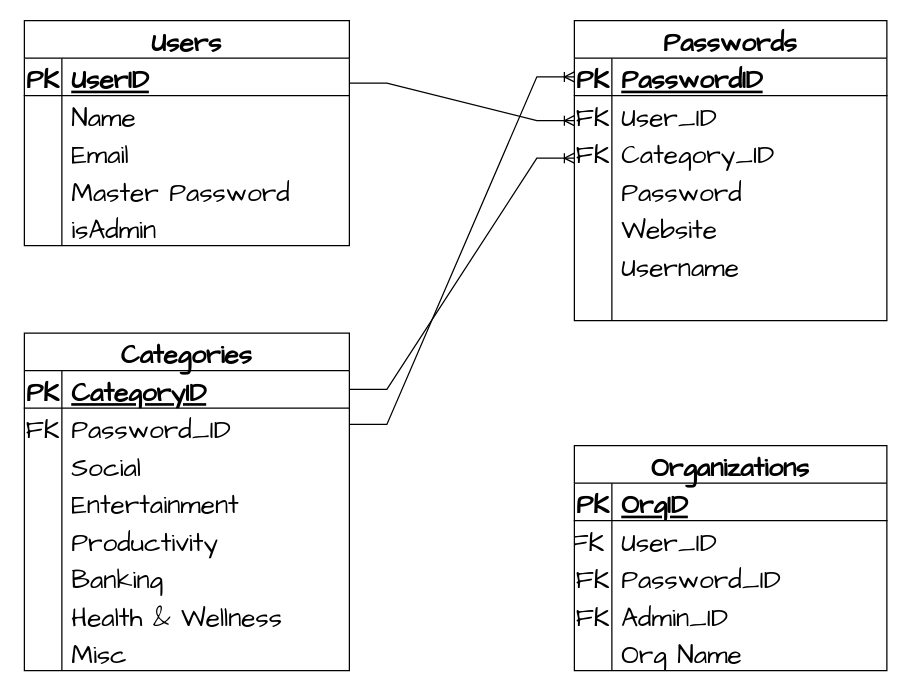
Above: page "ERD" (6 of 6) of db/LockD App.drawio in Law86/PasswordKeepR (draw.io), before the change. Source tidied: cells renumbered, new cells numbered last; positions are measured from the earlier drawing's top-left corner, leaving out a move shared by most shapes. Both pictures are drawn from the tidied source at 125%, with x=0, y=0 at pixel (24, 20).
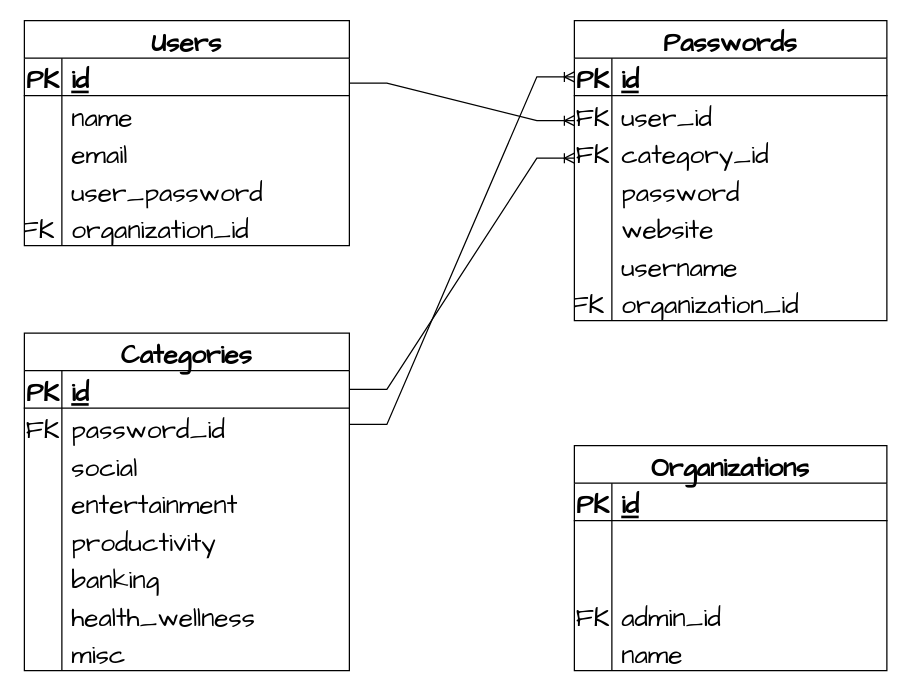
Above is the later version.

The change refers to these unchanged cells:
```xml
<mxCell id="3" style="shape=tableRow;horizontal=0;startSize=0;swimlaneHead=0;swimlaneBody=0;fillColor=none;top=0;left=0;right=0;bottom=1;fontFamily=Comic Sans MS;fontSize=21;" parent="2" vertex="1">
  <mxGeometry y="30" width="260" height="30" as="geometry" />
</mxCell>
<mxCell id="6" style="shape=tableRow;horizontal=0;startSize=0;swimlaneHead=0;swimlaneBody=0;fillColor=none;top=0;left=0;right=0;bottom=0;fontFamily=Comic Sans MS;fontSize=21;" parent="2" vertex="1">
  <mxGeometry y="60" width="260" height="30" as="geometry" />
</mxCell>
<mxCell id="9" style="shape=tableRow;horizontal=0;startSize=0;swimlaneHead=0;swimlaneBody=0;fillColor=none;top=0;left=0;right=0;bottom=0;fontFamily=Comic Sans MS;fontSize=21;" parent="2" vertex="1">
  <mxGeometry y="90" width="260" height="30" as="geometry" />
</mxCell>
<mxCell id="12" style="shape=tableRow;horizontal=0;startSize=0;swimlaneHead=0;swimlaneBody=0;fillColor=none;top=0;left=0;right=0;bottom=0;fontFamily=Comic Sans MS;fontSize=21;" parent="2" vertex="1">
  <mxGeometry y="120" width="260" height="30" as="geometry" />
</mxCell>
<mxCell id="15" style="shape=tableRow;horizontal=0;startSize=0;swimlaneHead=0;swimlaneBody=0;fillColor=none;top=0;left=0;right=0;bottom=0;fontFamily=Comic Sans MS;fontSize=21;" parent="2" vertex="1">
  <mxGeometry y="150" width="260" height="30" as="geometry" />
</mxCell>
<mxCell id="19" style="shape=tableRow;horizontal=0;startSize=0;swimlaneHead=0;swimlaneBody=0;fillColor=none;points=[[0,0.5],[1,0.5]];portConstraint=eastwest;top=0;left=0;right=0;bottom=1;fontFamily=Comic Sans MS;fontSize=21;" parent="18" vertex="1">
  <mxGeometry y="30" width="250" height="30" as="geometry" />
</mxCell>
<mxCell id="22" style="shape=tableRow;horizontal=0;startSize=0;swimlaneHead=0;swimlaneBody=0;fillColor=none;top=0;left=0;right=0;bottom=0;fontFamily=Comic Sans MS;fontSize=21;" parent="18" vertex="1">
  <mxGeometry y="60" width="250" height="30" as="geometry" />
</mxCell>
<mxCell id="25" style="shape=tableRow;horizontal=0;startSize=0;swimlaneHead=0;swimlaneBody=0;fillColor=none;top=0;left=0;right=0;bottom=0;fontFamily=Comic Sans MS;fontSize=21;" parent="18" vertex="1">
  <mxGeometry y="90" width="250" height="30" as="geometry" />
</mxCell>
<mxCell id="28" style="shape=tableRow;horizontal=0;startSize=0;swimlaneHead=0;swimlaneBody=0;fillColor=none;top=0;left=0;right=0;bottom=0;fontFamily=Comic Sans MS;fontSize=21;" parent="18" vertex="1">
  <mxGeometry y="120" width="250" height="30" as="geometry" />
</mxCell>
<mxCell id="31" style="shape=tableRow;horizontal=0;startSize=0;swimlaneHead=0;swimlaneBody=0;fillColor=none;top=0;left=0;right=0;bottom=0;fontFamily=Comic Sans MS;fontSize=21;" parent="18" vertex="1">
  <mxGeometry y="150" width="250" height="30" as="geometry" />
</mxCell>
<mxCell id="34" style="shape=tableRow;horizontal=0;startSize=0;swimlaneHead=0;swimlaneBody=0;fillColor=none;top=0;left=0;right=0;bottom=0;fontFamily=Comic Sans MS;fontSize=21;" parent="18" vertex="1">
  <mxGeometry y="180" width="250" height="30" as="geometry" />
</mxCell>
<mxCell id="37" style="shape=tableRow;horizontal=0;startSize=0;swimlaneHead=0;swimlaneBody=0;fillColor=none;top=0;left=0;right=0;bottom=0;fontFamily=Comic Sans MS;fontSize=21;" parent="18" vertex="1">
  <mxGeometry y="210" width="250" height="30" as="geometry" />
</mxCell>
<mxCell id="41" style="shape=tableRow;horizontal=0;startSize=0;swimlaneHead=0;swimlaneBody=0;fillColor=none;points=[[0,0.5],[1,0.5]];portConstraint=eastwest;top=0;left=0;right=0;bottom=1;fontFamily=Comic Sans MS;fontSize=21;" parent="40" vertex="1">
  <mxGeometry y="30" width="260" height="30" as="geometry" />
</mxCell>
<mxCell id="44" style="shape=tableRow;horizontal=0;startSize=0;swimlaneHead=0;swimlaneBody=0;fillColor=none;top=0;left=0;right=0;bottom=0;fontFamily=Comic Sans MS;fontSize=21;" parent="40" vertex="1">
  <mxGeometry y="60" width="260" height="30" as="geometry" />
</mxCell>
<mxCell id="47" style="shape=tableRow;horizontal=0;startSize=0;swimlaneHead=0;swimlaneBody=0;fillColor=none;top=0;left=0;right=0;bottom=0;fontFamily=Comic Sans MS;fontSize=21;" parent="40" vertex="1">
  <mxGeometry y="90" width="260" height="30" as="geometry" />
</mxCell>
<mxCell id="50" style="shape=tableRow;horizontal=0;startSize=0;swimlaneHead=0;swimlaneBody=0;fillColor=none;top=0;left=0;right=0;bottom=0;fontFamily=Comic Sans MS;fontSize=21;" parent="40" vertex="1">
  <mxGeometry y="120" width="260" height="30" as="geometry" />
</mxCell>
<mxCell id="53" style="shape=tableRow;horizontal=0;startSize=0;swimlaneHead=0;swimlaneBody=0;fillColor=none;top=0;left=0;right=0;bottom=0;fontFamily=Comic Sans MS;fontSize=21;" parent="40" vertex="1">
  <mxGeometry y="150" width="260" height="30" as="geometry" />
</mxCell>
<mxCell id="56" style="shape=tableRow;horizontal=0;startSize=0;swimlaneHead=0;swimlaneBody=0;fillColor=none;top=0;left=0;right=0;bottom=0;fontFamily=Comic Sans MS;fontSize=21;" parent="40" vertex="1">
  <mxGeometry y="180" width="260" height="30" as="geometry" />
</mxCell>
<mxCell id="59" style="shape=tableRow;horizontal=0;startSize=0;swimlaneHead=0;swimlaneBody=0;fillColor=none;top=0;left=0;right=0;bottom=0;fontFamily=Comic Sans MS;fontSize=21;" parent="40" vertex="1">
  <mxGeometry y="210" width="260" height="30" as="geometry" />
</mxCell>
<mxCell id="62" style="shape=tableRow;horizontal=0;startSize=0;swimlaneHead=0;swimlaneBody=0;fillColor=none;top=0;left=0;right=0;bottom=0;fontFamily=Comic Sans MS;fontSize=21;" parent="40" vertex="1">
  <mxGeometry y="240" width="260" height="30" as="geometry" />
</mxCell>
<mxCell id="66" style="shape=tableRow;horizontal=0;startSize=0;swimlaneHead=0;swimlaneBody=0;fillColor=none;top=0;left=0;right=0;bottom=1;fontFamily=Comic Sans MS;fontSize=21;" parent="65" vertex="1">
  <mxGeometry y="30" width="250" height="30" as="geometry" />
</mxCell>
<mxCell id="69" style="shape=tableRow;horizontal=0;startSize=0;swimlaneHead=0;swimlaneBody=0;fillColor=none;top=0;left=0;right=0;bottom=0;fontFamily=Comic Sans MS;fontSize=21;" parent="65" vertex="1">
  <mxGeometry y="60" width="250" height="30" as="geometry" />
</mxCell>
<mxCell id="72" style="shape=tableRow;horizontal=0;startSize=0;swimlaneHead=0;swimlaneBody=0;fillColor=none;top=0;left=0;right=0;bottom=0;fontFamily=Comic Sans MS;fontSize=21;" parent="65" vertex="1">
  <mxGeometry y="90" width="250" height="30" as="geometry" />
</mxCell>
<mxCell id="75" style="shape=tableRow;horizontal=0;startSize=0;swimlaneHead=0;swimlaneBody=0;fillColor=none;top=0;left=0;right=0;bottom=0;fontFamily=Comic Sans MS;fontSize=21;" parent="65" vertex="1">
  <mxGeometry y="120" width="250" height="30" as="geometry" />
</mxCell>
<mxCell id="78" style="shape=tableRow;horizontal=0;startSize=0;swimlaneHead=0;swimlaneBody=0;fillColor=none;top=0;left=0;right=0;bottom=0;fontFamily=Comic Sans MS;fontSize=21;" parent="65" vertex="1">
  <mxGeometry y="150" width="250" height="30" as="geometry" />
</mxCell>
```

Diff of the diagram source:
```diff
@@
-    <mxCell id="5" value="UserID" style="shape=partialRectangle;fillColor=none;top=0;left=0;bottom=0;right=0;align=left;spacingLeft=6;fontStyle=5;overflow=hidden;fontFamily=Comic Sans MS;fontSize=21;" parent="3" vertex="1">
+    <mxCell id="5" value="id" style="shape=partialRectangle;fillColor=none;top=0;left=0;bottom=0;right=0;align=left;spacingLeft=6;fontStyle=5;overflow=hidden;fontFamily=Comic Sans MS;fontSize=21;" parent="3" vertex="1">
       <mxGeometry x="30" width="230" height="30" as="geometry" />
     </mxCell>
@@
-    <mxCell id="8" value="Name" style="shape=partialRectangle;fillColor=none;top=0;left=0;bottom=0;right=0;align=left;spacingLeft=6;overflow=hidden;fontFamily=Comic Sans MS;fontSize=21;" parent="6" vertex="1">
+    <mxCell id="8" value="name" style="shape=partialRectangle;fillColor=none;top=0;left=0;bottom=0;right=0;align=left;spacingLeft=6;overflow=hidden;fontFamily=Comic Sans MS;fontSize=21;" parent="6" vertex="1">
       <mxGeometry x="30" width="230" height="30" as="geometry" />
     </mxCell>
@@
-    <mxCell id="11" value="Email" style="shape=partialRectangle;fillColor=none;top=0;left=0;bottom=0;right=0;align=left;spacingLeft=6;overflow=hidden;fontFamily=Comic Sans MS;fontSize=21;" parent="9" vertex="1">
+    <mxCell id="11" value="email" style="shape=partialRectangle;fillColor=none;top=0;left=0;bottom=0;right=0;align=left;spacingLeft=6;overflow=hidden;fontFamily=Comic Sans MS;fontSize=21;" parent="9" vertex="1">
       <mxGeometry x="30" width="230" height="30" as="geometry" />
     </mxCell>
@@
-    <mxCell id="14" value="Master Password" style="shape=partialRectangle;fillColor=none;top=0;left=0;bottom=0;right=0;align=left;spacingLeft=6;overflow=hidden;fontFamily=Comic Sans MS;fontSize=21;" parent="12" vertex="1">
+    <mxCell id="14" value="user_password" style="shape=partialRectangle;fillColor=none;top=0;left=0;bottom=0;right=0;align=left;spacingLeft=6;overflow=hidden;fontFamily=Comic Sans MS;fontSize=21;" parent="12" vertex="1">
       <mxGeometry x="30" width="230" height="30" as="geometry" />
     </mxCell>
@@
-    <mxCell id="16" style="shape=partialRectangle;fillColor=none;top=0;left=0;bottom=0;right=0;overflow=hidden;fontFamily=Comic Sans MS;fontSize=21;" parent="15" vertex="1">
+    <mxCell id="16" value="FK " style="shape=partialRectangle;fillColor=none;top=0;left=0;bottom=0;right=0;overflow=hidden;fontFamily=Comic Sans MS;fontSize=21;" parent="15" vertex="1">
       <mxGeometry width="30" height="30" as="geometry" />
     </mxCell>
-    <mxCell id="17" value="isAdmin" style="shape=partialRectangle;fillColor=none;top=0;left=0;bottom=0;right=0;align=left;spacingLeft=6;overflow=hidden;fontFamily=Comic Sans MS;fontSize=21;" parent="15" vertex="1">
+    <mxCell id="17" value="organization_id" style="shape=partialRectangle;fillColor=none;top=0;left=0;bottom=0;right=0;align=left;spacingLeft=6;overflow=hidden;fontFamily=Comic Sans MS;fontSize=21;" parent="15" vertex="1">
       <mxGeometry x="30" width="230" height="30" as="geometry" />
     </mxCell>
@@
-    <mxCell id="21" value="PasswordID" style="shape=partialRectangle;fillColor=none;top=0;left=0;bottom=0;right=0;align=left;spacingLeft=6;fontStyle=5;overflow=hidden;fontFamily=Comic Sans MS;fontSize=21;" parent="19" vertex="1">
+    <mxCell id="21" value="id" style="shape=partialRectangle;fillColor=none;top=0;left=0;bottom=0;right=0;align=left;spacingLeft=6;fontStyle=5;overflow=hidden;fontFamily=Comic Sans MS;fontSize=21;" parent="19" vertex="1">
       <mxGeometry x="30" width="220" height="30" as="geometry" />
     </mxCell>
@@
-    <mxCell id="24" value="User_ID" style="shape=partialRectangle;fillColor=none;top=0;left=0;bottom=0;right=0;align=left;spacingLeft=6;overflow=hidden;fontFamily=Comic Sans MS;fontSize=21;" parent="22" vertex="1">
+    <mxCell id="24" value="user_id" style="shape=partialRectangle;fillColor=none;top=0;left=0;bottom=0;right=0;align=left;spacingLeft=6;overflow=hidden;fontFamily=Comic Sans MS;fontSize=21;" parent="22" vertex="1">
       <mxGeometry x="30" width="220" height="30" as="geometry" />
     </mxCell>
@@
-    <mxCell id="27" value="Category_ID" style="shape=partialRectangle;fillColor=none;top=0;left=0;bottom=0;right=0;align=left;spacingLeft=6;overflow=hidden;fontFamily=Comic Sans MS;fontSize=21;" parent="25" vertex="1">
+    <mxCell id="27" value="category_id" style="shape=partialRectangle;fillColor=none;top=0;left=0;bottom=0;right=0;align=left;spacingLeft=6;overflow=hidden;fontFamily=Comic Sans MS;fontSize=21;" parent="25" vertex="1">
       <mxGeometry x="30" width="220" height="30" as="geometry" />
     </mxCell>
@@
-    <mxCell id="30" value="Password" style="shape=partialRectangle;fillColor=none;top=0;left=0;bottom=0;right=0;align=left;spacingLeft=6;overflow=hidden;fontFamily=Comic Sans MS;fontSize=21;" parent="28" vertex="1">
+    <mxCell id="30" value="password" style="shape=partialRectangle;fillColor=none;top=0;left=0;bottom=0;right=0;align=left;spacingLeft=6;overflow=hidden;fontFamily=Comic Sans MS;fontSize=21;" parent="28" vertex="1">
       <mxGeometry x="30" width="220" height="30" as="geometry" />
     </mxCell>
@@
-    <mxCell id="33" value="Website" style="shape=partialRectangle;fillColor=none;top=0;left=0;bottom=0;right=0;align=left;spacingLeft=6;overflow=hidden;fontFamily=Comic Sans MS;fontSize=21;" parent="31" vertex="1">
+    <mxCell id="33" value="website" style="shape=partialRectangle;fillColor=none;top=0;left=0;bottom=0;right=0;align=left;spacingLeft=6;overflow=hidden;fontFamily=Comic Sans MS;fontSize=21;" parent="31" vertex="1">
       <mxGeometry x="30" width="220" height="30" as="geometry" />
     </mxCell>
@@
-    <mxCell id="36" value="Username" style="shape=partialRectangle;fillColor=none;top=0;left=0;bottom=0;right=0;align=left;spacingLeft=6;overflow=hidden;fontFamily=Comic Sans MS;fontSize=21;" parent="34" vertex="1">
+    <mxCell id="36" value="username" style="shape=partialRectangle;fillColor=none;top=0;left=0;bottom=0;right=0;align=left;spacingLeft=6;overflow=hidden;fontFamily=Comic Sans MS;fontSize=21;" parent="34" vertex="1">
       <mxGeometry x="30" width="220" height="30" as="geometry" />
     </mxCell>
@@
-    <mxCell id="38" style="shape=partialRectangle;fillColor=none;top=0;left=0;bottom=0;right=0;overflow=hidden;fontFamily=Comic Sans MS;fontSize=21;" parent="37" vertex="1">
+    <mxCell id="38" value="FK " style="shape=partialRectangle;fillColor=none;top=0;left=0;bottom=0;right=0;overflow=hidden;fontFamily=Comic Sans MS;fontSize=21;" parent="37" vertex="1">
       <mxGeometry width="30" height="30" as="geometry" />
     </mxCell>
-    <mxCell id="39" style="shape=partialRectangle;fillColor=none;top=0;left=0;bottom=0;right=0;align=left;spacingLeft=6;overflow=hidden;fontFamily=Comic Sans MS;fontSize=21;" parent="37" vertex="1">
+    <mxCell id="39" value="organization_id" style="shape=partialRectangle;fillColor=none;top=0;left=0;bottom=0;right=0;align=left;spacingLeft=6;overflow=hidden;fontFamily=Comic Sans MS;fontSize=21;" parent="37" vertex="1">
       <mxGeometry x="30" width="220" height="30" as="geometry" />
     </mxCell>
@@
-    <mxCell id="43" value="CategoryID" style="shape=partialRectangle;fillColor=none;top=0;left=0;bottom=0;right=0;align=left;spacingLeft=6;fontStyle=5;overflow=hidden;fontFamily=Comic Sans MS;fontSize=21;" parent="41" vertex="1">
+    <mxCell id="43" value="id" style="shape=partialRectangle;fillColor=none;top=0;left=0;bottom=0;right=0;align=left;spacingLeft=6;fontStyle=5;overflow=hidden;fontFamily=Comic Sans MS;fontSize=21;" parent="41" vertex="1">
       <mxGeometry x="30" width="230" height="30" as="geometry" />
     </mxCell>
@@
-    <mxCell id="46" value="Password_ID" style="shape=partialRectangle;fillColor=none;top=0;left=0;bottom=0;right=0;align=left;spacingLeft=6;overflow=hidden;fontFamily=Comic Sans MS;fontSize=21;" parent="44" vertex="1">
+    <mxCell id="46" value="password_id" style="shape=partialRectangle;fillColor=none;top=0;left=0;bottom=0;right=0;align=left;spacingLeft=6;overflow=hidden;fontFamily=Comic Sans MS;fontSize=21;" parent="44" vertex="1">
       <mxGeometry x="30" width="230" height="30" as="geometry" />
     </mxCell>
@@
-    <mxCell id="49" value="Social" style="shape=partialRectangle;fillColor=none;top=0;left=0;bottom=0;right=0;align=left;spacingLeft=6;overflow=hidden;fontFamily=Comic Sans MS;fontSize=21;" parent="47" vertex="1">
+    <mxCell id="49" value="social" style="shape=partialRectangle;fillColor=none;top=0;left=0;bottom=0;right=0;align=left;spacingLeft=6;overflow=hidden;fontFamily=Comic Sans MS;fontSize=21;" parent="47" vertex="1">
       <mxGeometry x="30" width="230" height="30" as="geometry" />
     </mxCell>
@@
-    <mxCell id="52" value="Entertainment" style="shape=partialRectangle;fillColor=none;top=0;left=0;bottom=0;right=0;align=left;spacingLeft=6;overflow=hidden;fontFamily=Comic Sans MS;fontSize=21;" parent="50" vertex="1">
+    <mxCell id="52" value="entertainment" style="shape=partialRectangle;fillColor=none;top=0;left=0;bottom=0;right=0;align=left;spacingLeft=6;overflow=hidden;fontFamily=Comic Sans MS;fontSize=21;" parent="50" vertex="1">
       <mxGeometry x="30" width="230" height="30" as="geometry" />
     </mxCell>
@@
-    <mxCell id="55" value="Productivity " style="shape=partialRectangle;fillColor=none;top=0;left=0;bottom=0;right=0;align=left;spacingLeft=6;overflow=hidden;fontFamily=Comic Sans MS;fontSize=21;" parent="53" vertex="1">
+    <mxCell id="55" value="productivity " style="shape=partialRectangle;fillColor=none;top=0;left=0;bottom=0;right=0;align=left;spacingLeft=6;overflow=hidden;fontFamily=Comic Sans MS;fontSize=21;" parent="53" vertex="1">
       <mxGeometry x="30" width="230" height="30" as="geometry" />
     </mxCell>
@@
-    <mxCell id="58" value="Banking" style="shape=partialRectangle;fillColor=none;top=0;left=0;bottom=0;right=0;align=left;spacingLeft=6;overflow=hidden;fontFamily=Comic Sans MS;fontSize=21;" parent="56" vertex="1">
+    <mxCell id="58" value="banking" style="shape=partialRectangle;fillColor=none;top=0;left=0;bottom=0;right=0;align=left;spacingLeft=6;overflow=hidden;fontFamily=Comic Sans MS;fontSize=21;" parent="56" vertex="1">
       <mxGeometry x="30" width="230" height="30" as="geometry" />
     </mxCell>
@@
-    <mxCell id="61" value="Health &amp; Wellness" style="shape=partialRectangle;fillColor=none;top=0;left=0;bottom=0;right=0;align=left;spacingLeft=6;overflow=hidden;fontFamily=Comic Sans MS;fontSize=21;" parent="59" vertex="1">
+    <mxCell id="61" value="health_wellness" style="shape=partialRectangle;fillColor=none;top=0;left=0;bottom=0;right=0;align=left;spacingLeft=6;overflow=hidden;fontFamily=Comic Sans MS;fontSize=21;" parent="59" vertex="1">
       <mxGeometry x="30" width="230" height="30" as="geometry" />
     </mxCell>
@@
-    <mxCell id="64" value="Misc" style="shape=partialRectangle;fillColor=none;top=0;left=0;bottom=0;right=0;align=left;spacingLeft=6;overflow=hidden;fontFamily=Comic Sans MS;fontSize=21;" parent="62" vertex="1">
+    <mxCell id="64" value="misc" style="shape=partialRectangle;fillColor=none;top=0;left=0;bottom=0;right=0;align=left;spacingLeft=6;overflow=hidden;fontFamily=Comic Sans MS;fontSize=21;" parent="62" vertex="1">
       <mxGeometry x="30" width="230" height="30" as="geometry" />
     </mxCell>
@@
-    <mxCell id="68" value="OrgID" style="shape=partialRectangle;fillColor=none;top=0;left=0;bottom=0;right=0;align=left;spacingLeft=6;fontStyle=5;overflow=hidden;fontFamily=Comic Sans MS;fontSize=21;" parent="66" vertex="1">
+    <mxCell id="68" value="id" style="shape=partialRectangle;fillColor=none;top=0;left=0;bottom=0;right=0;align=left;spacingLeft=6;fontStyle=5;overflow=hidden;fontFamily=Comic Sans MS;fontSize=21;" parent="66" vertex="1">
       <mxGeometry x="30" width="220" height="30" as="geometry" />
     </mxCell>
@@
-    <mxCell id="70" value="FK " style="shape=partialRectangle;fillColor=none;top=0;left=0;bottom=0;right=0;overflow=hidden;fontFamily=Comic Sans MS;fontSize=21;" parent="69" vertex="1">
+    <mxCell id="70" style="shape=partialRectangle;fillColor=none;top=0;left=0;bottom=0;right=0;overflow=hidden;fontFamily=Comic Sans MS;fontSize=21;" parent="69" vertex="1">
       <mxGeometry width="30" height="30" as="geometry" />
     </mxCell>
-    <mxCell id="71" value="User_ID" style="shape=partialRectangle;fillColor=none;top=0;left=0;bottom=0;right=0;align=left;spacingLeft=6;overflow=hidden;fontFamily=Comic Sans MS;fontSize=21;" parent="69" vertex="1">
+    <mxCell id="71" style="shape=partialRectangle;fillColor=none;top=0;left=0;bottom=0;right=0;align=left;spacingLeft=6;overflow=hidden;fontFamily=Comic Sans MS;fontSize=21;" parent="69" vertex="1">
       <mxGeometry x="30" width="220" height="30" as="geometry" />
     </mxCell>
@@
-    <mxCell id="73" value="FK" style="shape=partialRectangle;fillColor=none;top=0;left=0;bottom=0;right=0;overflow=hidden;fontFamily=Comic Sans MS;fontSize=21;" parent="72" vertex="1">
+    <mxCell id="73" style="shape=partialRectangle;fillColor=none;top=0;left=0;bottom=0;right=0;overflow=hidden;fontFamily=Comic Sans MS;fontSize=21;" parent="72" vertex="1">
       <mxGeometry width="30" height="30" as="geometry" />
     </mxCell>
-    <mxCell id="74" value="Password_ID" style="shape=partialRectangle;fillColor=none;top=0;left=0;bottom=0;right=0;align=left;spacingLeft=6;overflow=hidden;fontFamily=Comic Sans MS;fontSize=21;" parent="72" vertex="1">
+    <mxCell id="74" style="shape=partialRectangle;fillColor=none;top=0;left=0;bottom=0;right=0;align=left;spacingLeft=6;overflow=hidden;fontFamily=Comic Sans MS;fontSize=21;" parent="72" vertex="1">
       <mxGeometry x="30" width="220" height="30" as="geometry" />
     </mxCell>
@@
-    <mxCell id="77" value="Admin_ID" style="shape=partialRectangle;fillColor=none;top=0;left=0;bottom=0;right=0;align=left;spacingLeft=6;overflow=hidden;fontFamily=Comic Sans MS;fontSize=21;" parent="75" vertex="1">
+    <mxCell id="77" value="admin_id" style="shape=partialRectangle;fillColor=none;top=0;left=0;bottom=0;right=0;align=left;spacingLeft=6;overflow=hidden;fontFamily=Comic Sans MS;fontSize=21;" parent="75" vertex="1">
       <mxGeometry x="30" width="220" height="30" as="geometry" />
     </mxCell>
@@
-    <mxCell id="80" value="Org Name" style="shape=partialRectangle;fillColor=none;top=0;left=0;bottom=0;right=0;align=left;spacingLeft=6;overflow=hidden;fontFamily=Comic Sans MS;fontSize=21;" parent="78" vertex="1">
+    <mxCell id="80" value="name" style="shape=partialRectangle;fillColor=none;top=0;left=0;bottom=0;right=0;align=left;spacingLeft=6;overflow=hidden;fontFamily=Comic Sans MS;fontSize=21;" parent="78" vertex="1">
       <mxGeometry x="30" width="220" height="30" as="geometry" />
     </mxCell>
```
